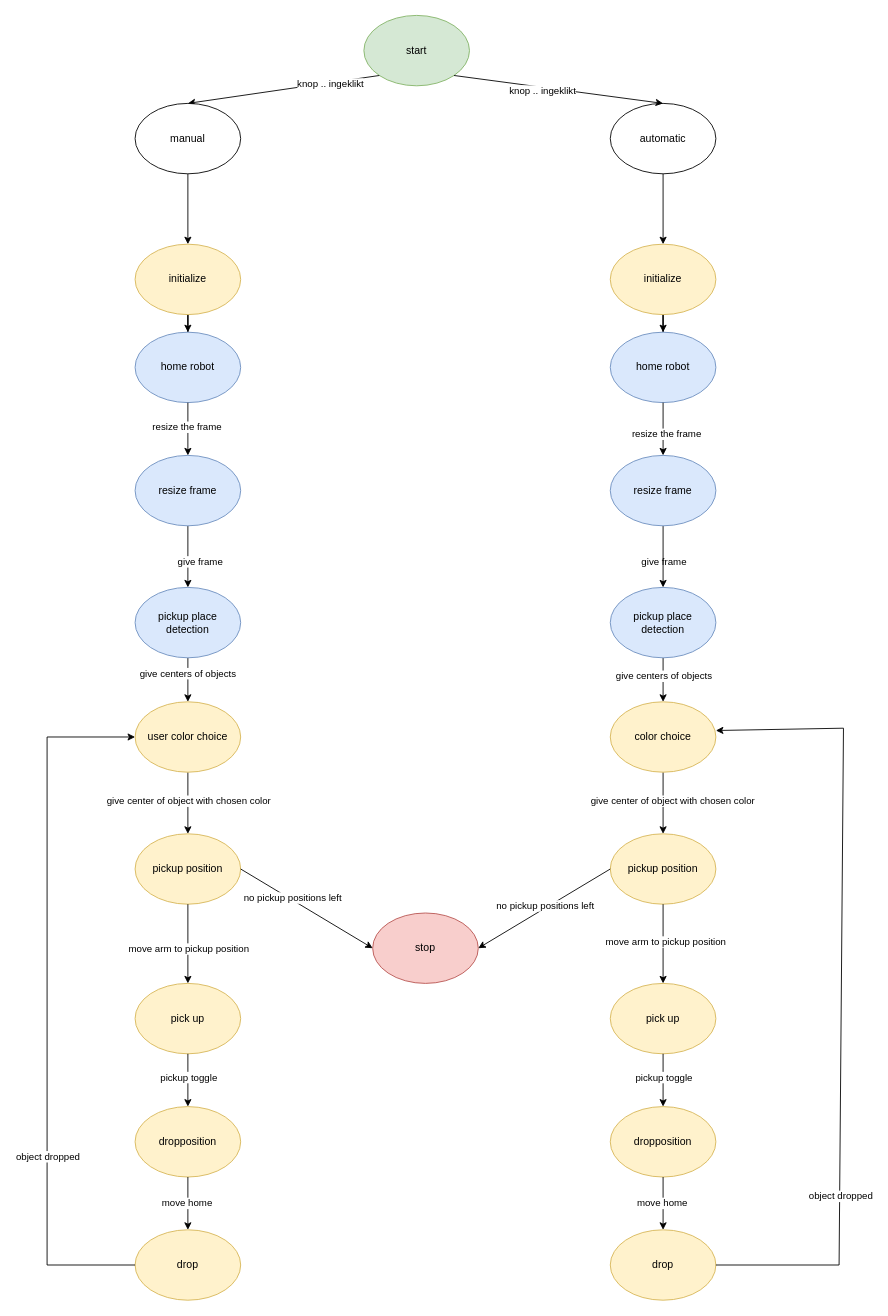
Above: State diagram.drawio in WinnenVanB2IsBelangrijkerDanMeedoen/EndAssigmentMain-SDA3 (draw.io), before the change. Source tidied: cells renumbered, new cells numbered last; positions are measured from the earlier drawing's top-left corner, leaving out a move shared by most shapes. Both pictures are drawn from the tidied source at 88%, with x=0, y=0 at pixel (47, 15).
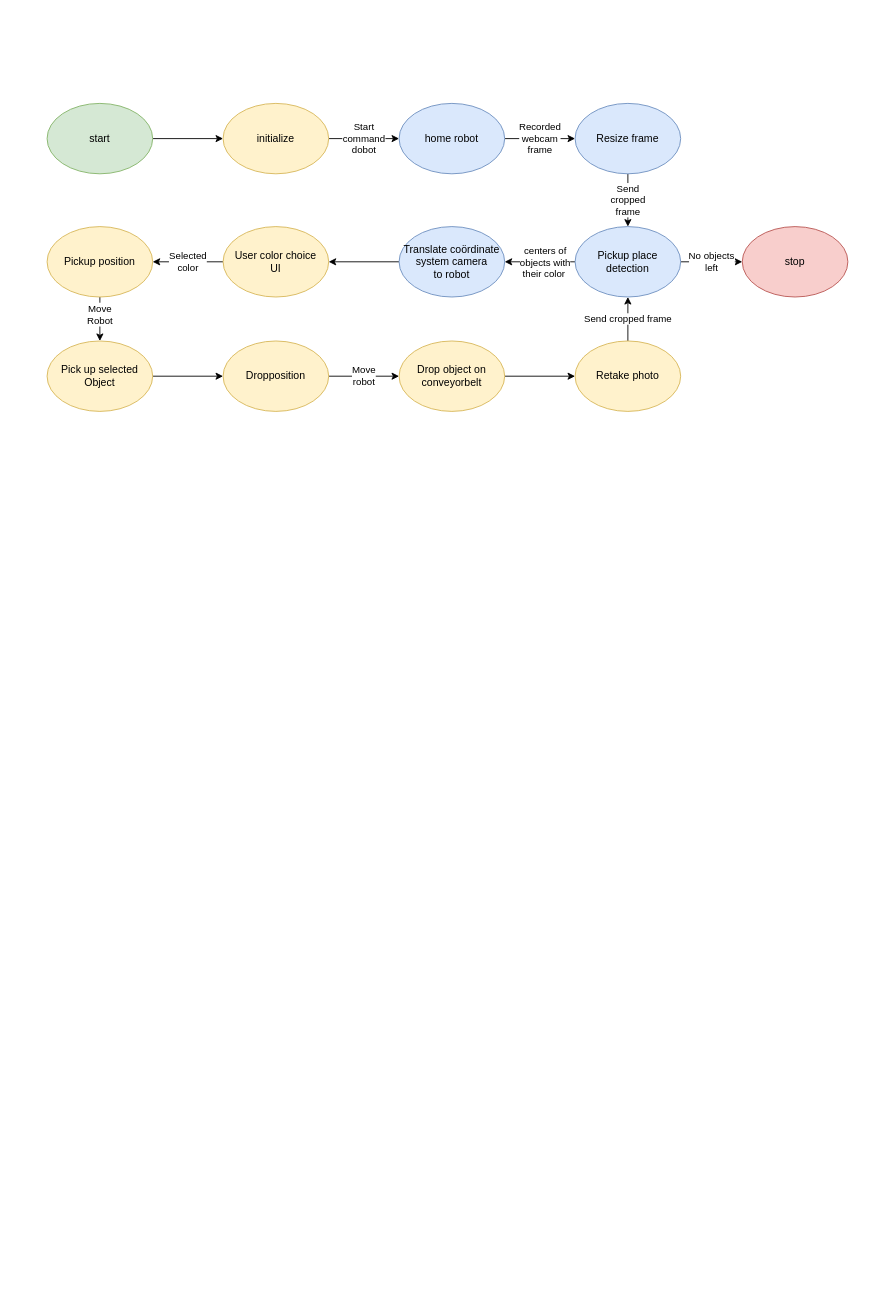
The same diagram, later.

What changed in the source:
```diff
@@
-    <mxCell id="2" value="pickup position" style="ellipse;whiteSpace=wrap;html=1;fillColor=#fff2cc;strokeColor=#d6b656;" parent="1" vertex="1">
-      <mxGeometry x="640" y="930" width="120" height="80" as="geometry" />
-    </mxCell>
-    <mxCell id="3" style="endArrow=classic;html=1;rounded=0;exitX=0.5;exitY=1;exitDx=0;exitDy=0;entryX=0.5;entryY=0;entryDx=0;entryDy=0;" parent="1" edge="1" source="2" target="5">
-      <mxGeometry relative="1" as="geometry" />
-    </mxCell>
-    <mxCell id="4" value="move arm to pickup position" style="edgeLabel;html=1;align=center;verticalAlign=middle;" parent="3" vertex="1">
-      <mxGeometry x="-0.07" y="2" relative="1" as="geometry" />
-    </mxCell>
-    <mxCell id="5" value="pick up" style="ellipse;whiteSpace=wrap;html=1;fillColor=#fff2cc;strokeColor=#d6b656;" parent="1" vertex="1">
-      <mxGeometry x="640" y="1100" width="120" height="80" as="geometry" />
-    </mxCell>
-    <mxCell id="6" value="dropposition" style="ellipse;whiteSpace=wrap;html=1;fillColor=#fff2cc;strokeColor=#d6b656;" parent="1" vertex="1">
-      <mxGeometry x="640" y="1240" width="120" height="80" as="geometry" />
-    </mxCell>
-    <mxCell id="7" value="drop" style="ellipse;whiteSpace=wrap;html=1;fillColor=#fff2cc;strokeColor=#d6b656;" parent="1" vertex="1">
-      <mxGeometry x="640" y="1380" width="120" height="80" as="geometry" />
-    </mxCell>
-    <mxCell id="8" style="edgeStyle=orthogonalEdgeStyle;rounded=0;jettySize=auto;html=1;" parent="1" edge="1" source="9" target="55">
-      <mxGeometry relative="1" as="geometry" />
-    </mxCell>
-    <mxCell id="9" value="initialize" style="ellipse;whiteSpace=wrap;html=1;fillColor=#fff2cc;strokeColor=#d6b656;" parent="1" vertex="1">
-      <mxGeometry x="640" y="260" width="120" height="80" as="geometry" />
-    </mxCell>
-    <mxCell id="10" style="endArrow=classic;html=1;rounded=0;exitX=0.5;exitY=1;exitDx=0;exitDy=0;" parent="1" edge="1" source="5" target="6">
-      <mxGeometry relative="1" as="geometry" />
-    </mxCell>
-    <mxCell id="11" value="pickup toggle" style="edgeLabel;html=1;align=center;verticalAlign=middle;" parent="10" vertex="1">
-      <mxGeometry x="-0.14" relative="1" as="geometry" />
-    </mxCell>
-    <mxCell id="12" style="endArrow=classic;html=1;rounded=0;entryX=0.5;entryY=0;entryDx=0;entryDy=0;exitX=0.5;exitY=1;exitDx=0;exitDy=0;" parent="1" edge="1" source="6" target="7">
-      <mxGeometry relative="1" as="geometry" />
-    </mxCell>
-    <mxCell id="13" value="move home" style="edgeLabel;html=1;align=center;verticalAlign=middle;" parent="12" vertex="1">
-      <mxGeometry x="-0.02" y="-2" relative="1" as="geometry" />
-    </mxCell>
-    <mxCell id="14" style="endArrow=classic;html=1;rounded=0;exitX=1;exitY=0.5;exitDx=0;exitDy=0;entryX=1;entryY=0.408;entryDx=0;entryDy=0;entryPerimeter=0;" parent="1" edge="1" source="7" target="52">
-      <mxGeometry relative="1" as="geometry">
-        <Array as="points">
-          <mxPoint x="900" y="1420" />
-          <mxPoint x="905" y="810" />
-        </Array>
-      </mxGeometry>
-    </mxCell>
-    <mxCell id="15" value="object dropped" style="edgeLabel;html=1;align=center;verticalAlign=middle;" parent="14" vertex="1">
-      <mxGeometry x="-0.51" y="-1" relative="1" as="geometry" />
-    </mxCell>
+    <mxCell id="68" style="edgeStyle=orthogonalEdgeStyle;rounded=0;jettySize=auto;html=1;" parent="1" edge="1" source="16" target="32">
+      <mxGeometry relative="1" as="geometry" />
+    </mxCell>
     <mxCell id="16" value="start" style="ellipse;whiteSpace=wrap;html=1;fillColor=#d5e8d4;strokeColor=#82b366;" parent="1" vertex="1">
-      <mxGeometry x="360" width="120" height="80" as="geometry" />
+      <mxGeometry y="100" width="120" height="80" as="geometry" />
     </mxCell>
-    <mxCell id="17" style="endArrow=classic;html=1;rounded=0;exitX=0;exitY=1;exitDx=0;exitDy=0;entryX=0.5;entryY=0;entryDx=0;entryDy=0;" parent="1" edge="1" source="16" target="20">
-      <mxGeometry relative="1" as="geometry" />
-    </mxCell>
-    <mxCell id="18" value="knop .. ingeklikt" style="edgeLabel;html=1;align=center;verticalAlign=middle;" parent="17" vertex="1">
-      <mxGeometry x="-0.48" y="1" relative="1" as="geometry" />
-    </mxCell>
-    <mxCell id="19" style="edgeStyle=orthogonalEdgeStyle;rounded=0;jettySize=auto;html=1;" parent="1" edge="1" source="20" target="32">
-      <mxGeometry relative="1" as="geometry" />
-    </mxCell>
-    <mxCell id="20" value="manual" style="ellipse;whiteSpace=wrap;html=1;" parent="1" vertex="1">
-      <mxGeometry x="100" y="100" width="120" height="80" as="geometry" />
-    </mxCell>
-    <mxCell id="21" style="edgeStyle=orthogonalEdgeStyle;rounded=0;jettySize=auto;html=1;" parent="1" edge="1" source="22" target="9">
-      <mxGeometry relative="1" as="geometry" />
-    </mxCell>
-    <mxCell id="22" value="automatic" style="ellipse;whiteSpace=wrap;html=1;" parent="1" vertex="1">
-      <mxGeometry x="640" y="100" width="120" height="80" as="geometry" />
-    </mxCell>
-    <mxCell id="23" style="endArrow=classic;html=1;rounded=0;exitX=1;exitY=1;exitDx=0;exitDy=0;entryX=0.5;entryY=0;entryDx=0;entryDy=0;" parent="1" edge="1" source="16" target="22">
-      <mxGeometry relative="1" as="geometry" />
-    </mxCell>
-    <mxCell id="24" value="knop .. ingeklikt" style="edgeLabel;html=1;align=center;verticalAlign=middle;" parent="23" vertex="1">
-      <mxGeometry x="-0.16" y="-4" relative="1" as="geometry" />
-    </mxCell>
+    <mxCell id="26" value="Move&lt;br&gt;Robot" style="edgeStyle=orthogonalEdgeStyle;rounded=0;jettySize=auto;html=1;" parent="1" edge="1" source="25" target="28">
+      <mxGeometry x="-0.2" relative="1" as="geometry" />
+    </mxCell>
-    <mxCell id="25" value="pickup position" style="ellipse;whiteSpace=wrap;html=1;fillColor=#fff2cc;strokeColor=#d6b656;" parent="1" vertex="1">
-      <mxGeometry x="100" y="930" width="120" height="80" as="geometry" />
+    <mxCell id="25" value="Pickup position" style="ellipse;whiteSpace=wrap;html=1;fillColor=#fff2cc;strokeColor=#d6b656;" parent="1" vertex="1">
+      <mxGeometry y="240" width="120" height="80" as="geometry" />
     </mxCell>
-    <mxCell id="26" style="endArrow=classic;html=1;rounded=0;exitX=0.5;exitY=1;exitDx=0;exitDy=0;entryX=0.5;entryY=0;entryDx=0;entryDy=0;" parent="1" edge="1" source="25" target="28">
-      <mxGeometry relative="1" as="geometry" />
-    </mxCell>
-    <mxCell id="27" value="move arm to pickup position" style="edgeLabel;html=1;align=center;verticalAlign=middle;" parent="26" vertex="1">
-      <mxGeometry x="-0.07" y="2" relative="1" as="geometry">
-        <mxPoint x="-2" y="8" as="offset" />
-      </mxGeometry>
-    </mxCell>
+    <mxCell id="33" style="edgeStyle=orthogonalEdgeStyle;rounded=0;jettySize=auto;html=1;" parent="1" edge="1" source="28" target="29">
+      <mxGeometry relative="1" as="geometry" />
+    </mxCell>
-    <mxCell id="28" value="pick up" style="ellipse;whiteSpace=wrap;html=1;fillColor=#fff2cc;strokeColor=#d6b656;" parent="1" vertex="1">
-      <mxGeometry x="100" y="1100" width="120" height="80" as="geometry" />
+    <mxCell id="28" value="Pick up selected&lt;br&gt;Object" style="ellipse;whiteSpace=wrap;html=1;fillColor=#fff2cc;strokeColor=#d6b656;" parent="1" vertex="1">
+      <mxGeometry y="370" width="120" height="80" as="geometry" />
     </mxCell>
+    <mxCell id="35" value="Move&lt;br&gt;robot" style="edgeStyle=orthogonalEdgeStyle;rounded=0;jettySize=auto;html=1;" parent="1" edge="1" source="29" target="30">
+      <mxGeometry relative="1" as="geometry" />
+    </mxCell>
-    <mxCell id="29" value="dropposition" style="ellipse;whiteSpace=wrap;html=1;fillColor=#fff2cc;strokeColor=#d6b656;" parent="1" vertex="1">
-      <mxGeometry x="100" y="1240" width="120" height="80" as="geometry" />
+    <mxCell id="29" value="Dropposition" style="ellipse;whiteSpace=wrap;html=1;fillColor=#fff2cc;strokeColor=#d6b656;" parent="1" vertex="1">
+      <mxGeometry x="200" y="370" width="120" height="80" as="geometry" />
     </mxCell>
+    <mxCell id="69" style="edgeStyle=orthogonalEdgeStyle;rounded=0;jettySize=auto;html=1;" parent="1" edge="1" source="30" target="74">
+      <mxGeometry relative="1" as="geometry" />
+    </mxCell>
-    <mxCell id="30" value="drop" style="ellipse;whiteSpace=wrap;html=1;fillColor=#fff2cc;strokeColor=#d6b656;" parent="1" vertex="1">
-      <mxGeometry x="100" y="1380" width="120" height="80" as="geometry" />
+    <mxCell id="30" value="Drop object on&lt;br&gt;conveyorbelt" style="ellipse;whiteSpace=wrap;html=1;fillColor=#fff2cc;strokeColor=#d6b656;" parent="1" vertex="1">
+      <mxGeometry x="400" y="370" width="120" height="80" as="geometry" />
     </mxCell>
-    <mxCell id="31" style="edgeStyle=orthogonalEdgeStyle;rounded=0;jettySize=auto;html=1;" parent="1" edge="1" source="32" target="39">
+    <mxCell id="31" value="Start&lt;br&gt;command&lt;br&gt;dobot" style="edgeStyle=orthogonalEdgeStyle;rounded=0;jettySize=auto;html=1;" parent="1" edge="1" source="32" target="39">
       <mxGeometry relative="1" as="geometry" />
     </mxCell>
     <mxCell id="32" value="initialize" style="ellipse;whiteSpace=wrap;html=1;fillColor=#fff2cc;strokeColor=#d6b656;" parent="1" vertex="1">
-      <mxGeometry x="100" y="260" width="120" height="80" as="geometry" />
+      <mxGeometry x="200" y="100" width="120" height="80" as="geometry" />
     </mxCell>
-    <mxCell id="33" style="endArrow=classic;html=1;rounded=0;exitX=0.5;exitY=1;exitDx=0;exitDy=0;" parent="1" edge="1" source="28" target="29">
-      <mxGeometry relative="1" as="geometry" />
-    </mxCell>
-    <mxCell id="34" value="pickup toggle" style="edgeLabel;html=1;align=center;verticalAlign=middle;" parent="33" vertex="1">
-      <mxGeometry x="-0.14" relative="1" as="geometry" />
-    </mxCell>
-    <mxCell id="35" style="endArrow=classic;html=1;rounded=0;entryX=0.5;entryY=0;entryDx=0;entryDy=0;exitX=0.5;exitY=1;exitDx=0;exitDy=0;" parent="1" edge="1" source="29" target="30">
-      <mxGeometry relative="1" as="geometry" />
-    </mxCell>
-    <mxCell id="36" value="move home" style="edgeLabel;html=1;align=center;verticalAlign=middle;" parent="35" vertex="1">
-      <mxGeometry x="-0.02" y="-2" relative="1" as="geometry" />
-    </mxCell>
-    <mxCell id="37" style="endArrow=classic;html=1;rounded=0;exitX=0;exitY=0.5;exitDx=0;exitDy=0;entryX=0;entryY=0.5;entryDx=0;entryDy=0;" parent="1" edge="1" source="30" target="49">
-      <mxGeometry relative="1" as="geometry">
-        <Array as="points">
-          <mxPoint y="1420" />
-          <mxPoint y="820" />
-        </Array>
-      </mxGeometry>
-    </mxCell>
-    <mxCell id="38" value="object dropped" style="edgeLabel;html=1;align=center;verticalAlign=middle;" parent="37" vertex="1">
-      <mxGeometry x="-0.44" relative="1" as="geometry" />
-    </mxCell>
+    <mxCell id="43" value="Recorded&lt;br&gt;webcam&lt;br&gt;frame" style="edgeStyle=orthogonalEdgeStyle;rounded=0;jettySize=auto;html=1;" parent="1" edge="1" source="39" target="42">
+      <mxGeometry relative="1" as="geometry" />
+    </mxCell>
     <mxCell id="39" value="home robot" style="ellipse;whiteSpace=wrap;html=1;fillColor=#dae8fc;strokeColor=#6c8ebf;" parent="1" vertex="1">
-      <mxGeometry x="100" y="360" width="120" height="80" as="geometry" />
+      <mxGeometry x="400" y="100" width="120" height="80" as="geometry" />
     </mxCell>
-    <mxCell id="40" style="edgeStyle=orthogonalEdgeStyle;rounded=0;jettySize=auto;html=1;" parent="1" edge="1" source="42" target="47">
+    <mxCell id="40" value="Send&lt;br&gt;cropped&lt;br&gt;frame" style="edgeStyle=orthogonalEdgeStyle;rounded=0;jettySize=auto;html=1;" parent="1" edge="1" source="42" target="47">
       <mxGeometry relative="1" as="geometry" />
     </mxCell>
-    <mxCell id="41" value="give frame" style="edgeLabel;html=1;align=center;verticalAlign=middle;" parent="40" vertex="1">
-      <mxGeometry x="-0.14" y="3" relative="1" as="geometry">
-        <mxPoint x="537" y="10" as="offset" />
-      </mxGeometry>
-    </mxCell>
-    <mxCell id="42" value="resize frame" style="ellipse;whiteSpace=wrap;html=1;fillColor=#dae8fc;strokeColor=#6c8ebf;" parent="1" vertex="1">
-      <mxGeometry x="100" y="500" width="120" height="80" as="geometry" />
+    <mxCell id="42" value="Resize frame" style="ellipse;whiteSpace=wrap;html=1;fillColor=#dae8fc;strokeColor=#6c8ebf;" parent="1" vertex="1">
+      <mxGeometry x="600" y="100" width="120" height="80" as="geometry" />
     </mxCell>
-    <mxCell id="43" style="endArrow=classic;html=1;rounded=0;exitX=0.5;exitY=1;exitDx=0;exitDy=0;entryX=0.5;entryY=0;entryDx=0;entryDy=0;" parent="1" edge="1" source="39" target="42">
-      <mxGeometry relative="1" as="geometry" />
-    </mxCell>
-    <mxCell id="44" value="resize the frame" style="edgeLabel;html=1;align=center;verticalAlign=middle;" parent="43" vertex="1">
-      <mxGeometry x="-0.09" y="-2" relative="1" as="geometry" />
-    </mxCell>
-    <mxCell id="45" style="edgeStyle=orthogonalEdgeStyle;rounded=0;jettySize=auto;html=1;" parent="1" edge="1" source="47" target="49">
+    <mxCell id="45" style="edgeStyle=orthogonalEdgeStyle;rounded=0;jettySize=auto;html=1;entryX=1;entryY=0.5;entryDx=0;entryDy=0;" parent="1" edge="1" source="47" target="72">
       <mxGeometry relative="1" as="geometry" />
     </mxCell>
-    <mxCell id="46" value="give centers of objects" style="edgeLabel;html=1;align=center;verticalAlign=middle;" parent="45" vertex="1">
-      <mxGeometry x="-0.32" y="-1" relative="1" as="geometry" />
+    <mxCell id="46" value="centers of&lt;br&gt;objects with&lt;br&gt;their color&amp;nbsp;" style="edgeLabel;html=1;align=center;verticalAlign=middle;" parent="45" vertex="1">
+      <mxGeometry x="-0.32" y="-1" relative="1" as="geometry">
+        <mxPoint x="-8" y="1" as="offset" />
+      </mxGeometry>
     </mxCell>
+    <mxCell id="70" value="No objects&lt;br&gt;left" style="edgeStyle=orthogonalEdgeStyle;rounded=0;jettySize=auto;html=1;" parent="1" edge="1" source="47" target="60">
+      <mxGeometry relative="1" as="geometry" />
+    </mxCell>
-    <mxCell id="47" value="pickup place detection" style="ellipse;whiteSpace=wrap;html=1;fillColor=#dae8fc;strokeColor=#6c8ebf;" parent="1" vertex="1">
-      <mxGeometry x="100" y="650" width="120" height="80" as="geometry" />
+    <mxCell id="47" value="Pickup place&lt;br&gt;detection" style="ellipse;whiteSpace=wrap;html=1;fillColor=#dae8fc;strokeColor=#6c8ebf;" parent="1" vertex="1">
+      <mxGeometry x="600" y="240" width="120" height="80" as="geometry" />
     </mxCell>
-    <mxCell id="48" style="edgeStyle=orthogonalEdgeStyle;rounded=0;jettySize=auto;html=1;" parent="1" edge="1" source="49" target="25">
+    <mxCell id="48" value="Selected&lt;br&gt;color" style="edgeStyle=orthogonalEdgeStyle;rounded=0;jettySize=auto;html=1;" parent="1" edge="1" source="49" target="25">
       <mxGeometry relative="1" as="geometry" />
     </mxCell>
-    <mxCell id="49" value="user color choice" style="ellipse;whiteSpace=wrap;html=1;fillColor=#fff2cc;strokeColor=#d6b656;" parent="1" vertex="1">
-      <mxGeometry x="100" y="780" width="120" height="80" as="geometry" />
+    <mxCell id="49" value="User color choice&lt;br&gt;UI" style="ellipse;whiteSpace=wrap;html=1;fillColor=#fff2cc;strokeColor=#d6b656;" parent="1" vertex="1">
+      <mxGeometry x="200" y="240" width="120" height="80" as="geometry" />
     </mxCell>
-    <mxCell id="50" style="edgeStyle=orthogonalEdgeStyle;rounded=0;jettySize=auto;html=1;" parent="1" edge="1" source="52" target="2">
-      <mxGeometry relative="1" as="geometry" />
-    </mxCell>
-    <mxCell id="51" value="give center of object with chosen color" style="edgeLabel;html=1;align=center;verticalAlign=middle;" parent="50" vertex="1">
-      <mxGeometry x="-0.37" relative="1" as="geometry">
-        <mxPoint x="-540" y="10" as="offset" />
-      </mxGeometry>
-    </mxCell>
-    <mxCell id="52" value="color choice" style="ellipse;whiteSpace=wrap;html=1;fillColor=#fff2cc;strokeColor=#d6b656;" parent="1" vertex="1">
-      <mxGeometry x="640" y="780" width="120" height="80" as="geometry" />
-    </mxCell>
-    <mxCell id="53" style="edgeStyle=orthogonalEdgeStyle;rounded=0;jettySize=auto;html=1;" parent="1" edge="1" source="54" target="52">
-      <mxGeometry relative="1" as="geometry" />
-    </mxCell>
-    <mxCell id="54" value="pickup place detection" style="ellipse;whiteSpace=wrap;html=1;fillColor=#dae8fc;strokeColor=#6c8ebf;" parent="1" vertex="1">
-      <mxGeometry x="640" y="650" width="120" height="80" as="geometry" />
-    </mxCell>
-    <mxCell id="55" value="home robot" style="ellipse;whiteSpace=wrap;html=1;fillColor=#dae8fc;strokeColor=#6c8ebf;" parent="1" vertex="1">
-      <mxGeometry x="640" y="360" width="120" height="80" as="geometry" />
-    </mxCell>
-    <mxCell id="56" style="endArrow=classic;html=1;rounded=0;exitX=0.5;exitY=1;exitDx=0;exitDy=0;entryX=0.5;entryY=0;entryDx=0;entryDy=0;" parent="1" edge="1" source="55" target="59">
-      <mxGeometry relative="1" as="geometry" />
-    </mxCell>
-    <mxCell id="57" value="resize the frame" style="edgeLabel;html=1;align=center;verticalAlign=middle;" parent="56" vertex="1">
-      <mxGeometry x="0.18" y="3" relative="1" as="geometry" />
-    </mxCell>
-    <mxCell id="58" style="edgeStyle=orthogonalEdgeStyle;rounded=0;jettySize=auto;html=1;" parent="1" edge="1" source="59" target="54">
-      <mxGeometry relative="1" as="geometry" />
-    </mxCell>
-    <mxCell id="59" value="resize frame" style="ellipse;whiteSpace=wrap;html=1;fillColor=#dae8fc;strokeColor=#6c8ebf;" parent="1" vertex="1">
-      <mxGeometry x="640" y="500" width="120" height="80" as="geometry" />
-    </mxCell>
     <mxCell id="60" value="stop" style="ellipse;whiteSpace=wrap;html=1;fillColor=#f8cecc;strokeColor=#b85450;" parent="1" vertex="1">
-      <mxGeometry x="370" y="1020" width="120" height="80" as="geometry" />
+      <mxGeometry x="790" y="240" width="120" height="80" as="geometry" />
     </mxCell>
-    <mxCell id="61" style="endArrow=classic;html=1;rounded=0;exitX=1;exitY=0.5;exitDx=0;exitDy=0;entryX=0;entryY=0.5;entryDx=0;entryDy=0;" parent="1" edge="1" source="25" target="60">
-      <mxGeometry relative="1" as="geometry" />
-    </mxCell>
-    <mxCell id="62" value="no pickup positions left" style="edgeLabel;html=1;align=center;verticalAlign=middle;" parent="61" vertex="1">
-      <mxGeometry x="-0.23" y="2" relative="1" as="geometry" />
-    </mxCell>
-    <mxCell id="63" style="endArrow=classic;html=1;rounded=0;exitX=0;exitY=0.5;exitDx=0;exitDy=0;entryX=1;entryY=0.5;entryDx=0;entryDy=0;" parent="1" edge="1" source="2" target="60">
-      <mxGeometry relative="1" as="geometry" />
-    </mxCell>
-    <mxCell id="64" value="no pickup positions left" style="edgeLabel;html=1;align=center;verticalAlign=middle;" parent="63" vertex="1">
-      <mxGeometry x="-0.03" y="-3" relative="1" as="geometry" />
-    </mxCell>
-    <mxCell id="65" value="give center of object with chosen color" style="edgeLabel;html=1;align=center;verticalAlign=middle;" parent="1" vertex="1">
-      <mxGeometry x="710" y="892" as="geometry" />
-    </mxCell>
-    <mxCell id="66" value="give frame" style="edgeLabel;html=1;align=center;verticalAlign=middle;" parent="1" vertex="1">
-      <mxGeometry x="173" y="620" as="geometry" />
-    </mxCell>
-    <mxCell id="67" value="give centers of objects" style="edgeLabel;html=1;align=center;verticalAlign=middle;" parent="1" vertex="1">
-      <mxGeometry x="700" y="750" as="geometry" />
-    </mxCell>
+    <mxCell id="71" style="edgeStyle=orthogonalEdgeStyle;rounded=0;jettySize=auto;html=1;" parent="1" edge="1" source="72" target="49">
+      <mxGeometry relative="1" as="geometry" />
+    </mxCell>
+    <mxCell id="72" value="Translate coördinate&lt;br&gt;system camera&lt;br&gt;to robot" style="ellipse;whiteSpace=wrap;html=1;fillColor=#dae8fc;strokeColor=#6c8ebf;" parent="1" vertex="1">
+      <mxGeometry x="400" y="240" width="120" height="80" as="geometry" />
+    </mxCell>
+    <mxCell id="73" value="Send cropped frame" style="edgeStyle=orthogonalEdgeStyle;rounded=0;jettySize=auto;html=1;" parent="1" edge="1" source="74" target="47">
+      <mxGeometry relative="1" as="geometry" />
+    </mxCell>
+    <mxCell id="74" value="Retake photo" style="ellipse;whiteSpace=wrap;html=1;fillColor=#fff2cc;strokeColor=#d6b656;" parent="1" vertex="1">
+      <mxGeometry x="600" y="370" width="120" height="80" as="geometry" />
+    </mxCell>
```
